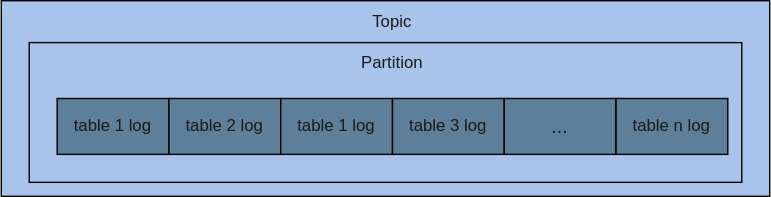
This is kafkawal.drawio.svg from Rachelint/drawio-store, a draw.io export, as it was before one commit. Source tidied: cells renumbered, new cells last; positions are measured from the earlier drawing's top-left corner, leaving out a move shared by most shapes.
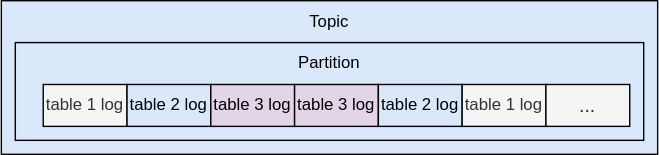
After the change.

Change to the diagram source:
```diff
@@ -2,35 +2,38 @@
   <root>
     <mxCell id="0" />
     <mxCell id="1" parent="0" />
-    <mxCell id="2" style="rounded=0;whiteSpace=wrap;html=1;strokeColor=#000000;fontColor=#1A1A1A;fillColor=#A9C4EB;" parent="1" vertex="1">
-      <mxGeometry width="550" height="140" as="geometry" />
-    </mxCell>
-    <mxCell id="3" style="rounded=0;whiteSpace=wrap;html=1;strokeColor=#000000;fontColor=#1A1A1A;fillColor=#A9C4EB;" parent="1" vertex="1">
-      <mxGeometry x="20" y="30" width="510" height="100" as="geometry" />
-    </mxCell>
-    <mxCell id="4" value="table 1 log" style="rounded=0;whiteSpace=wrap;html=1;strokeColor=#000000;fontColor=#1A1A1A;fillColor=#5D7F99;labelBackgroundColor=none;" parent="1" vertex="1">
-      <mxGeometry x="40" y="70" width="80" height="40" as="geometry" />
-    </mxCell>
-    <mxCell id="5" value="table 2 log" style="rounded=0;whiteSpace=wrap;html=1;strokeColor=#000000;fontColor=#1A1A1A;fillColor=#5D7F99;labelBackgroundColor=none;" parent="1" vertex="1">
-      <mxGeometry x="120" y="70" width="80" height="40" as="geometry" />
-    </mxCell>
-    <mxCell id="6" value="table 1 log" style="rounded=0;whiteSpace=wrap;html=1;strokeColor=#000000;fontColor=#1A1A1A;fillColor=#5D7F99;labelBackgroundColor=none;" parent="1" vertex="1">
-      <mxGeometry x="200" y="70" width="80" height="40" as="geometry" />
-    </mxCell>
-    <mxCell id="7" value="table 3 log" style="rounded=0;whiteSpace=wrap;html=1;strokeColor=#000000;fontColor=#1A1A1A;fillColor=#5D7F99;labelBackgroundColor=none;" parent="1" vertex="1">
-      <mxGeometry x="280" y="70" width="80" height="40" as="geometry" />
-    </mxCell>
+    <mxCell id="12" style="rounded=0;whiteSpace=wrap;html=1;fillColor=#dae8fc;strokeColor=#000000;" parent="1" vertex="1">
+      <mxGeometry x="45" width="470" height="110" as="geometry" />
+    </mxCell>
+    <mxCell id="13" style="rounded=0;whiteSpace=wrap;html=1;fillColor=#dae8fc;strokeColor=#000000;" parent="1" vertex="1">
+      <mxGeometry x="55" y="30" width="450" height="70" as="geometry" />
+    </mxCell>
+    <mxCell id="14" value="table 1 log" style="rounded=0;whiteSpace=wrap;html=1;labelBackgroundColor=none;fillColor=#f5f5f5;strokeColor=#000000;fontColor=#333333;" parent="1" vertex="1">
+      <mxGeometry x="75" y="60" width="60" height="30" as="geometry" />
+    </mxCell>
+    <mxCell id="15" value="table 2 log" style="rounded=0;whiteSpace=wrap;html=1;labelBackgroundColor=none;fillColor=#dae8fc;strokeColor=#000000;" parent="1" vertex="1">
+      <mxGeometry x="135" y="60" width="60" height="30" as="geometry" />
+    </mxCell>
+    <mxCell id="16" value="table 3 log" style="rounded=0;whiteSpace=wrap;html=1;labelBackgroundColor=none;fillColor=#e1d5e7;strokeColor=#000000;" parent="1" vertex="1">
+      <mxGeometry x="195" y="60" width="60" height="30" as="geometry" />
+    </mxCell>
+    <mxCell id="17" value="table 3 log" style="rounded=0;whiteSpace=wrap;html=1;labelBackgroundColor=none;fillColor=#e1d5e7;strokeColor=#000000;" parent="1" vertex="1">
+      <mxGeometry x="255" y="60" width="60" height="30" as="geometry" />
+    </mxCell>
+    <mxCell id="18" value="table 2 log" style="rounded=0;whiteSpace=wrap;html=1;labelBackgroundColor=none;fillColor=#dae8fc;strokeColor=#000000;" parent="1" vertex="1">
+      <mxGeometry x="315" y="60" width="60" height="30" as="geometry" />
+    </mxCell>
+    <mxCell id="19" value="table 1 log" style="rounded=0;whiteSpace=wrap;html=1;labelBackgroundColor=none;fillColor=#f5f5f5;strokeColor=#000000;fontColor=#333333;" parent="1" vertex="1">
+      <mxGeometry x="375" y="60" width="60" height="30" as="geometry" />
+    </mxCell>
-    <mxCell id="8" value="&lt;font style=&quot;font-size: 14px;&quot;&gt;...&lt;/font&gt;" style="rounded=0;whiteSpace=wrap;html=1;strokeColor=#000000;fontColor=#1A1A1A;fillColor=#5D7F99;labelBackgroundColor=none;" parent="1" vertex="1">
-      <mxGeometry x="360" y="70" width="80" height="40" as="geometry" />
+    <mxCell id="8" value="&lt;font style=&quot;font-size: 14px;&quot;&gt;...&lt;/font&gt;" style="rounded=0;whiteSpace=wrap;html=1;labelBackgroundColor=none;fillColor=#f5f5f5;strokeColor=#000000;fontColor=#333333;" parent="1" vertex="1">
+      <mxGeometry x="435" y="60" width="60" height="30" as="geometry" />
     </mxCell>
-    <mxCell id="9" value="table n log" style="rounded=0;whiteSpace=wrap;html=1;strokeColor=#000000;fontColor=#1A1A1A;fillColor=#5D7F99;labelBackgroundColor=none;" parent="1" vertex="1">
-      <mxGeometry x="440" y="70" width="80" height="40" as="geometry" />
-    </mxCell>
+    <mxCell id="11" value="Partition" style="text;html=1;strokeColor=none;fillColor=none;align=center;verticalAlign=middle;whiteSpace=wrap;rounded=0;" parent="1" vertex="1">
+      <mxGeometry x="250" y="30" width="60" height="30" as="geometry" />
+    </mxCell>
-    <mxCell id="10" value="Topic" style="text;html=1;strokeColor=none;fillColor=none;align=center;verticalAlign=middle;whiteSpace=wrap;rounded=0;fontColor=#1A1A1A;" parent="1" vertex="1">
+    <mxCell id="10" value="Topic" style="text;html=1;strokeColor=none;fillColor=none;align=center;verticalAlign=middle;whiteSpace=wrap;rounded=0;" parent="1" vertex="1">
       <mxGeometry x="250" width="60" height="30" as="geometry" />
     </mxCell>
-    <mxCell id="11" value="Partition" style="text;html=1;strokeColor=none;fillColor=none;align=center;verticalAlign=middle;whiteSpace=wrap;rounded=0;fontColor=#1A1A1A;" parent="1" vertex="1">
-      <mxGeometry x="250" y="30" width="60" height="30" as="geometry" />
-    </mxCell>
   </root>
 </mxGraphModel>
```
